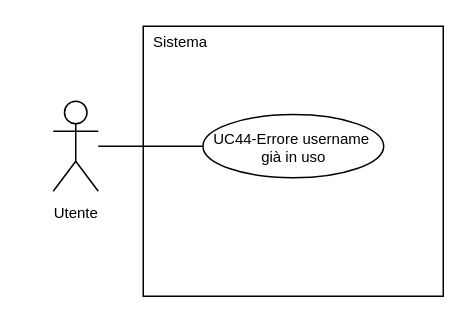
SnakeByteTeam/snakebyteteam.github.io keeps this draw.io diagram as 2-RTB/Analisi_dei_requisiti/draw.io/UC44.drawio. Above is the earlier version. Source tidied: cells renumbered, new cells numbered last; positions are measured from the earlier drawing's top-left corner, leaving out a move shared by most shapes. Both pictures are drawn from the tidied source at 150%, with x=0, y=0 at pixel (52, 26).
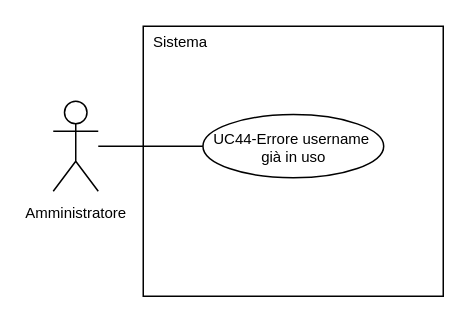
The same diagram, later.

Diff of the diagram source:
```diff
@@
 <mxGraphModel>
   <root>
     <mxCell id="0" />
     <mxCell id="1" parent="0" />
-    <mxCell id="2" value="&lt;font style=&quot;font-size: 10px; line-height: 100%;&quot;&gt;Utente&lt;/font&gt;" style="shape=umlActor;verticalLabelPosition=bottom;verticalAlign=top;html=1;outlineConnect=0;" parent="1" vertex="1">
+    <mxCell id="2" value="&lt;font style=&quot;font-size: 10px; line-height: 100%;&quot;&gt;Amministratore&lt;/font&gt;" style="shape=umlActor;verticalLabelPosition=bottom;verticalAlign=top;html=1;outlineConnect=0;" parent="1" vertex="1">
       <mxGeometry y="50" width="30" height="60" as="geometry" />
     </mxCell>
     <mxCell id="3" style="rounded=0;whiteSpace=wrap;html=1;" parent="1" vertex="1">
       <mxGeometry x="60" width="200" height="180" as="geometry" />
     </mxCell>
     <mxCell id="4" style="edgeStyle=orthogonalEdgeStyle;rounded=0;jettySize=auto;html=1;exitX=0;exitY=0.5;exitDx=0;exitDy=0;endArrow=none;endFill=0;" parent="1" edge="1" source="5" target="2">
       <mxGeometry relative="1" as="geometry" />
     </mxCell>
     <mxCell id="5" value="&lt;div style=&quot;line-height: 100%;&quot;&gt;&lt;font style=&quot;line-height: 100%; font-size: 10px;&quot;&gt;UC44-Errore username&amp;nbsp;&lt;/font&gt;&lt;/div&gt;&lt;div style=&quot;line-height: 100%;&quot;&gt;&lt;font style=&quot;line-height: 100%; font-size: 10px;&quot;&gt;già in uso&lt;/font&gt;&lt;/div&gt;" style="ellipse;whiteSpace=wrap;html=1;" parent="1" vertex="1">
       <mxGeometry x="99.8" y="58.9" width="120.5" height="42.1" as="geometry" />
     </mxCell>
     <mxCell id="6" value="&lt;font style=&quot;font-size: 10px;&quot;&gt;Sistema&lt;/font&gt;" style="text;html=1;whiteSpace=wrap;strokeColor=none;fillColor=none;align=center;verticalAlign=middle;rounded=0;" parent="1" vertex="1">
       <mxGeometry x="60" width="50" height="20" as="geometry" />
     </mxCell>
   </root>
 </mxGraphModel>
```
